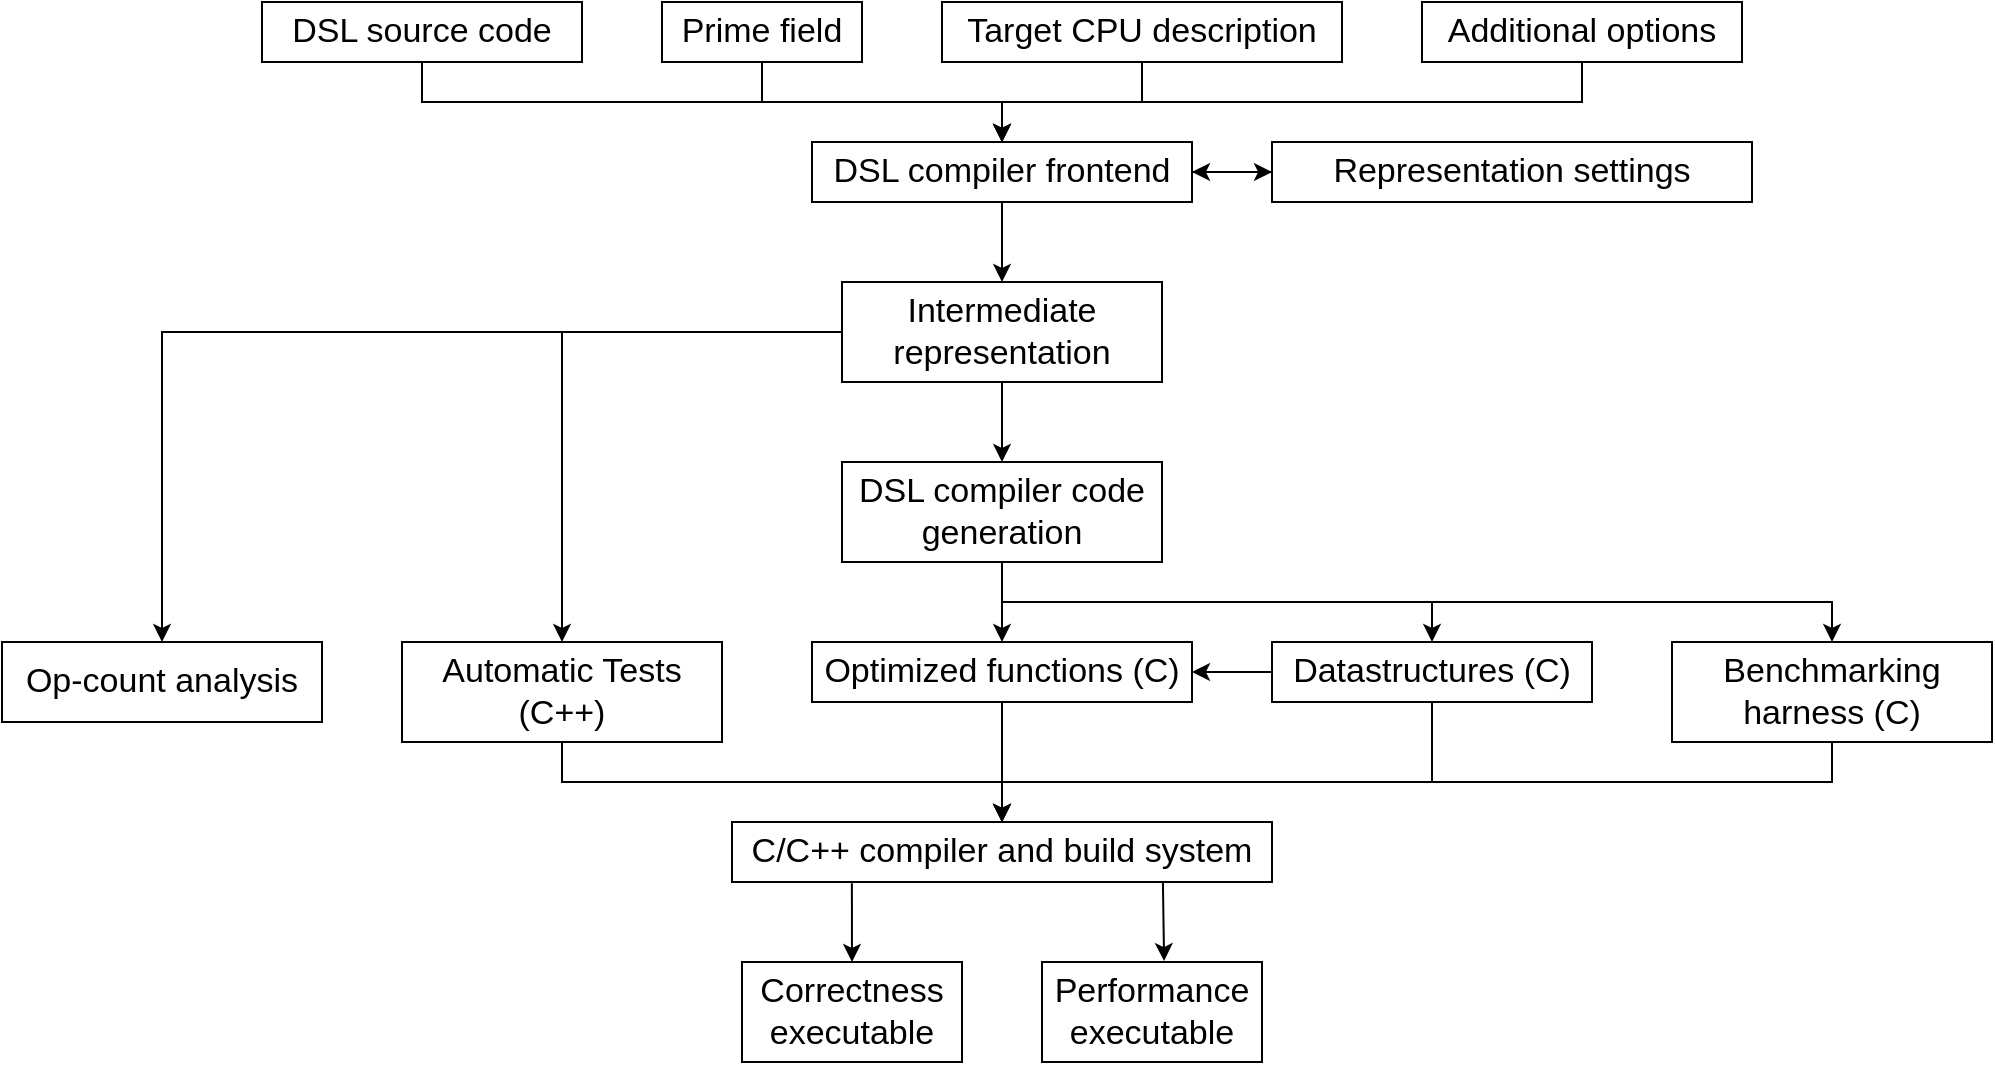
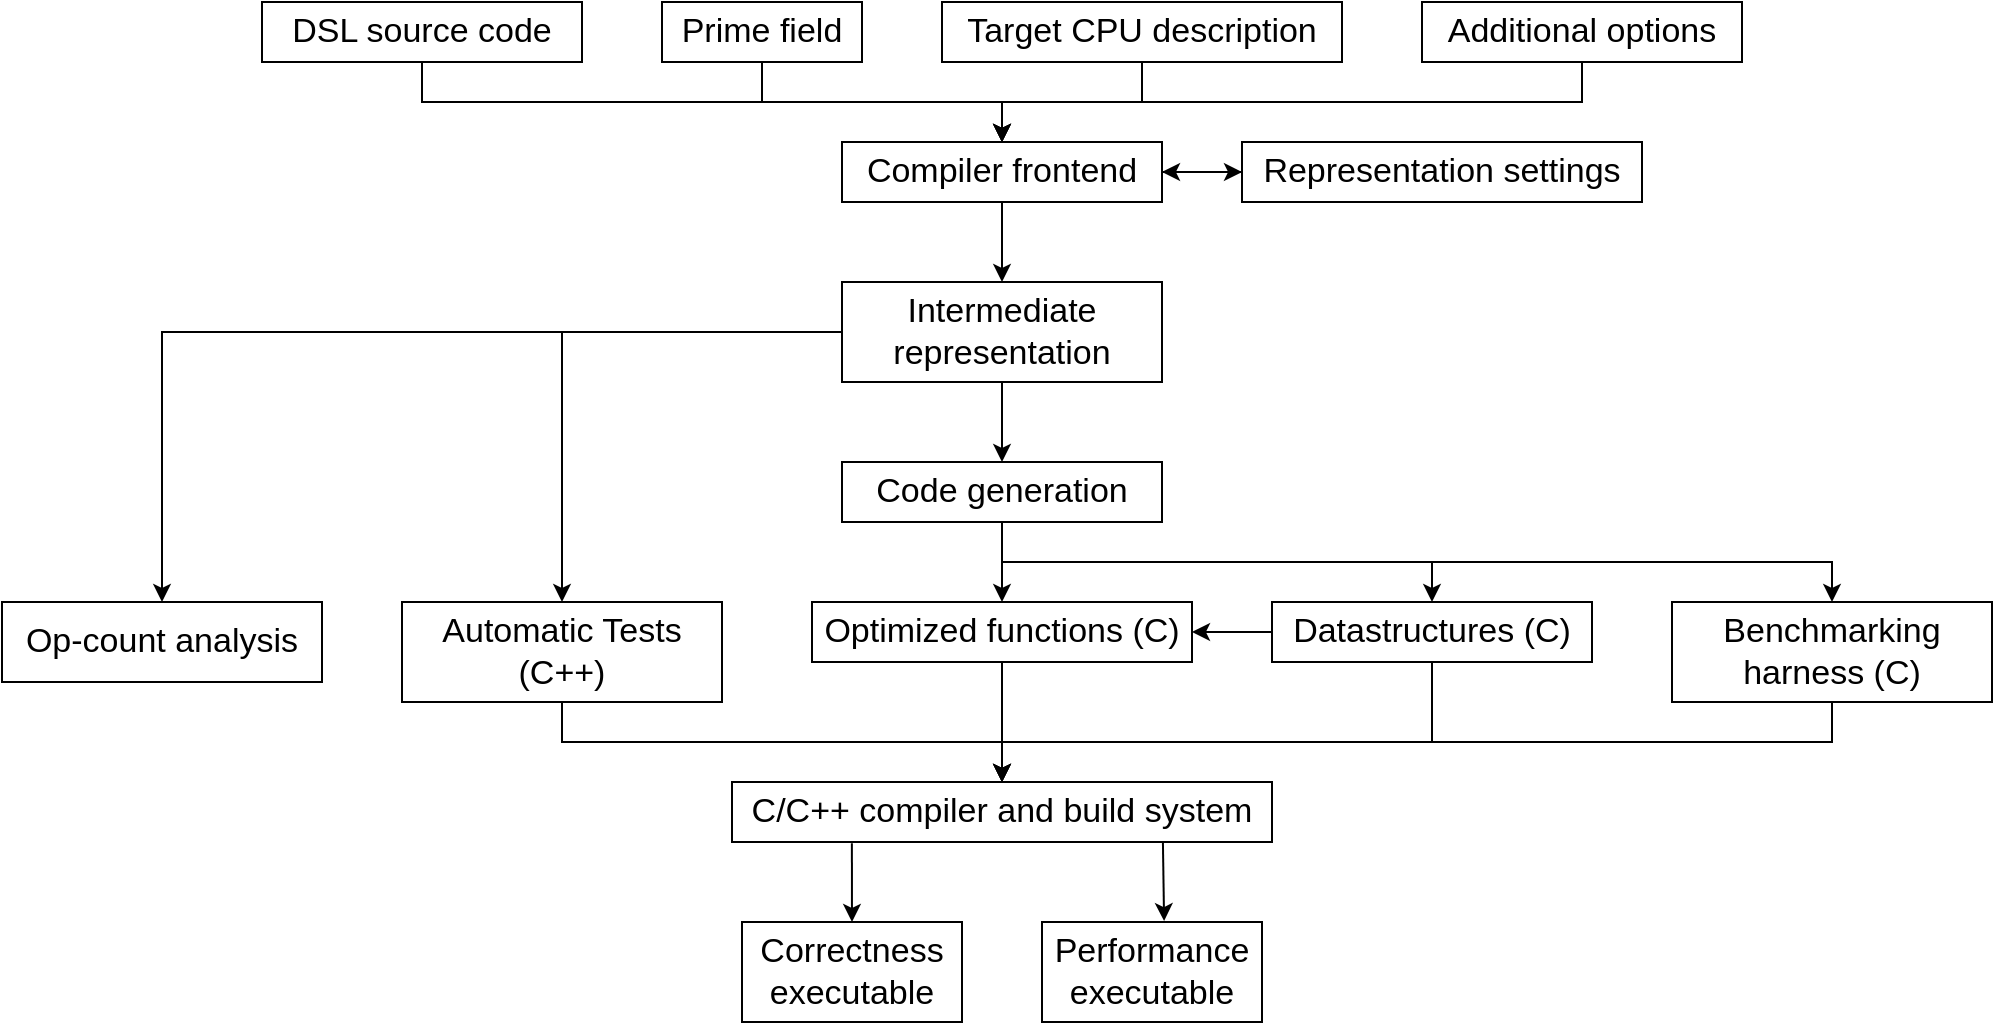
<mxfile host="Electron">
  <diagram name="Seite-1" id="wPHEx5Kxw4LulSG3Fj3D">
-     <mxGraphModel dx="930" dy="334" grid="1" gridSize="10" guides="1" tooltips="1" connect="1" arrows="1" fold="1" page="0" pageScale="1" pageWidth="827" pageHeight="1169" math="0" shadow="0">
+     <mxGraphModel dx="1724" dy="834" grid="1" gridSize="10" guides="1" tooltips="1" connect="1" arrows="1" fold="1" page="0" pageScale="1" pageWidth="827" pageHeight="1169" math="0" shadow="0">
      <root>
        <mxCell id="0" />
        <mxCell id="1" parent="0" />
        <mxCell id="RNrYUZKVM7orRaqIFUZb-21" edge="1" parent="1" source="RNrYUZKVM7orRaqIFUZb-1" style="edgeStyle=orthogonalEdgeStyle;rounded=0;orthogonalLoop=1;jettySize=auto;html=1;exitX=0.5;exitY=1;exitDx=0;exitDy=0;entryX=0.5;entryY=0;entryDx=0;entryDy=0;" target="RNrYUZKVM7orRaqIFUZb-5">
          <mxGeometry relative="1" as="geometry">
            <mxPoint x="400" y="280" as="targetPoint" />
          </mxGeometry>
        </mxCell>
        <mxCell id="RNrYUZKVM7orRaqIFUZb-1" parent="1" style="text;html=1;whiteSpace=wrap;strokeColor=default;fillColor=none;align=center;verticalAlign=middle;rounded=0;fontFamily=Helvetica;fontSize=17;" value="DSL source code" vertex="1">
          <mxGeometry height="30" width="160" x="30" y="200" as="geometry" />
        </mxCell>
        <mxCell id="RNrYUZKVM7orRaqIFUZb-17" edge="1" parent="1" source="RNrYUZKVM7orRaqIFUZb-2" style="edgeStyle=orthogonalEdgeStyle;rounded=0;orthogonalLoop=1;jettySize=auto;html=1;exitX=0;exitY=0.5;exitDx=0;exitDy=0;entryX=1;entryY=0.5;entryDx=0;entryDy=0;" target="RNrYUZKVM7orRaqIFUZb-5">
          <mxGeometry relative="1" as="geometry" />
        </mxCell>
        <mxCell id="RNrYUZKVM7orRaqIFUZb-2" parent="1" style="text;html=1;whiteSpace=wrap;strokeColor=default;fillColor=none;align=center;verticalAlign=middle;rounded=0;fontFamily=Helvetica;fontSize=17;" value="Representation s&lt;span style=&quot;background-color: transparent; color: light-dark(rgb(0, 0, 0), rgb(255, 255, 255));&quot;&gt;ettings&lt;/span&gt;" vertex="1">
-           <mxGeometry height="30" width="240" x="535" y="270" as="geometry" />
+           <mxGeometry height="30" width="200" x="520" y="270" as="geometry" />
        </mxCell>
        <mxCell id="RNrYUZKVM7orRaqIFUZb-18" edge="1" parent="1" source="RNrYUZKVM7orRaqIFUZb-3" style="edgeStyle=orthogonalEdgeStyle;rounded=0;orthogonalLoop=1;jettySize=auto;html=1;exitX=0.5;exitY=1;exitDx=0;exitDy=0;" target="RNrYUZKVM7orRaqIFUZb-5">
          <mxGeometry relative="1" as="geometry" />
        </mxCell>
        <mxCell id="RNrYUZKVM7orRaqIFUZb-3" parent="1" style="text;html=1;whiteSpace=wrap;strokeColor=default;fillColor=none;align=center;verticalAlign=middle;rounded=0;fontFamily=Helvetica;fontSize=17;" value="Additional options" vertex="1">
          <mxGeometry height="30" width="160" x="610" y="200" as="geometry" />
        </mxCell>
        <mxCell id="RNrYUZKVM7orRaqIFUZb-19" edge="1" parent="1" source="RNrYUZKVM7orRaqIFUZb-4" style="edgeStyle=orthogonalEdgeStyle;rounded=0;orthogonalLoop=1;jettySize=auto;html=1;exitX=0.5;exitY=1;exitDx=0;exitDy=0;entryX=0.5;entryY=0;entryDx=0;entryDy=0;" target="RNrYUZKVM7orRaqIFUZb-5">
          <mxGeometry relative="1" as="geometry" />
        </mxCell>
        <mxCell id="RNrYUZKVM7orRaqIFUZb-4" parent="1" style="text;html=1;whiteSpace=wrap;strokeColor=default;fillColor=none;align=center;verticalAlign=middle;rounded=0;fontFamily=Helvetica;fontSize=17;" value="Target CPU description" vertex="1">
          <mxGeometry height="30" width="200" x="370" y="200" as="geometry" />
        </mxCell>
        <mxCell id="RNrYUZKVM7orRaqIFUZb-15" edge="1" parent="1" source="RNrYUZKVM7orRaqIFUZb-5" style="edgeStyle=orthogonalEdgeStyle;rounded=0;orthogonalLoop=1;jettySize=auto;html=1;" target="RNrYUZKVM7orRaqIFUZb-2" value="">
          <mxGeometry relative="1" as="geometry" />
        </mxCell>
        <mxCell id="RNrYUZKVM7orRaqIFUZb-22" edge="1" parent="1" source="RNrYUZKVM7orRaqIFUZb-5" style="edgeStyle=orthogonalEdgeStyle;rounded=0;orthogonalLoop=1;jettySize=auto;html=1;exitX=0.5;exitY=1;exitDx=0;exitDy=0;entryX=0.5;entryY=0;entryDx=0;entryDy=0;" target="RNrYUZKVM7orRaqIFUZb-6">
          <mxGeometry relative="1" as="geometry" />
        </mxCell>
-         <mxCell id="RNrYUZKVM7orRaqIFUZb-5" parent="1" style="text;html=1;whiteSpace=wrap;strokeColor=default;fillColor=none;align=center;verticalAlign=middle;rounded=0;fontFamily=Helvetica;fontSize=17;" value="DSL compiler frontend" vertex="1">
-           <mxGeometry height="30" width="190" x="305" y="270" as="geometry" />
+         <mxCell id="RNrYUZKVM7orRaqIFUZb-5" parent="1" style="text;html=1;whiteSpace=wrap;strokeColor=default;fillColor=none;align=center;verticalAlign=middle;rounded=0;fontFamily=Helvetica;fontSize=17;" value="Compiler frontend" vertex="1">
+           <mxGeometry height="30" width="160" x="320" y="270" as="geometry" />
        </mxCell>
        <mxCell id="RNrYUZKVM7orRaqIFUZb-23" edge="1" parent="1" source="RNrYUZKVM7orRaqIFUZb-6" style="edgeStyle=orthogonalEdgeStyle;rounded=0;orthogonalLoop=1;jettySize=auto;html=1;" target="RNrYUZKVM7orRaqIFUZb-12" value="">
          <mxGeometry relative="1" as="geometry" />
        </mxCell>
        <mxCell id="RNrYUZKVM7orRaqIFUZb-36" edge="1" parent="1" source="RNrYUZKVM7orRaqIFUZb-6" style="edgeStyle=orthogonalEdgeStyle;rounded=0;orthogonalLoop=1;jettySize=auto;html=1;exitX=0;exitY=0.5;exitDx=0;exitDy=0;entryX=0.5;entryY=0;entryDx=0;entryDy=0;" target="RNrYUZKVM7orRaqIFUZb-26">
          <mxGeometry relative="1" as="geometry" />
        </mxCell>
        <mxCell id="RNrYUZKVM7orRaqIFUZb-37" edge="1" parent="1" source="RNrYUZKVM7orRaqIFUZb-6" style="edgeStyle=orthogonalEdgeStyle;rounded=0;orthogonalLoop=1;jettySize=auto;html=1;exitX=0;exitY=0.5;exitDx=0;exitDy=0;entryX=0.5;entryY=0;entryDx=0;entryDy=0;" target="RNrYUZKVM7orRaqIFUZb-28">
          <mxGeometry relative="1" as="geometry" />
        </mxCell>
        <mxCell id="RNrYUZKVM7orRaqIFUZb-6" parent="1" style="text;html=1;whiteSpace=wrap;strokeColor=default;fillColor=none;align=center;verticalAlign=middle;rounded=0;fontFamily=Helvetica;fontSize=17;" value="Intermediate&lt;div&gt;representation&lt;/div&gt;" vertex="1">
          <mxGeometry height="50" width="160" x="320" y="340" as="geometry" />
        </mxCell>
        <mxCell id="RNrYUZKVM7orRaqIFUZb-29" edge="1" parent="1" source="RNrYUZKVM7orRaqIFUZb-12" style="edgeStyle=orthogonalEdgeStyle;rounded=0;orthogonalLoop=1;jettySize=auto;html=1;" target="RNrYUZKVM7orRaqIFUZb-25" value="">
          <mxGeometry relative="1" as="geometry" />
        </mxCell>
        <mxCell id="RNrYUZKVM7orRaqIFUZb-32" edge="1" parent="1" source="RNrYUZKVM7orRaqIFUZb-12" style="edgeStyle=orthogonalEdgeStyle;rounded=0;orthogonalLoop=1;jettySize=auto;html=1;exitX=0.5;exitY=1;exitDx=0;exitDy=0;entryX=0.5;entryY=0;entryDx=0;entryDy=0;" target="RNrYUZKVM7orRaqIFUZb-24">
          <mxGeometry relative="1" as="geometry" />
        </mxCell>
        <mxCell id="RNrYUZKVM7orRaqIFUZb-33" edge="1" parent="1" source="RNrYUZKVM7orRaqIFUZb-12" style="edgeStyle=orthogonalEdgeStyle;rounded=0;orthogonalLoop=1;jettySize=auto;html=1;exitX=0.5;exitY=1;exitDx=0;exitDy=0;entryX=0.5;entryY=0;entryDx=0;entryDy=0;" target="RNrYUZKVM7orRaqIFUZb-27">
          <mxGeometry relative="1" as="geometry" />
        </mxCell>
-         <mxCell id="RNrYUZKVM7orRaqIFUZb-12" parent="1" style="text;html=1;whiteSpace=wrap;strokeColor=default;fillColor=none;align=center;verticalAlign=middle;rounded=0;fontFamily=Helvetica;fontSize=17;" value="DSL compiler code generation" vertex="1">
-           <mxGeometry height="50" width="160" x="320" y="430" as="geometry" />
+         <mxCell id="RNrYUZKVM7orRaqIFUZb-12" parent="1" style="text;html=1;whiteSpace=wrap;strokeColor=default;fillColor=none;align=center;verticalAlign=middle;rounded=0;fontFamily=Helvetica;fontSize=17;" value="Code generation" vertex="1">
+           <mxGeometry height="30" width="160" x="320" y="430" as="geometry" />
        </mxCell>
        <mxCell id="RNrYUZKVM7orRaqIFUZb-44" edge="1" parent="1" source="RNrYUZKVM7orRaqIFUZb-24" style="edgeStyle=orthogonalEdgeStyle;rounded=0;orthogonalLoop=1;jettySize=auto;html=1;exitX=0;exitY=0.5;exitDx=0;exitDy=0;entryX=1;entryY=0.5;entryDx=0;entryDy=0;" target="RNrYUZKVM7orRaqIFUZb-25">
          <mxGeometry relative="1" as="geometry" />
        </mxCell>
        <mxCell id="RNrYUZKVM7orRaqIFUZb-49" edge="1" parent="1" source="RNrYUZKVM7orRaqIFUZb-24" style="edgeStyle=orthogonalEdgeStyle;rounded=0;orthogonalLoop=1;jettySize=auto;html=1;exitX=0.5;exitY=1;exitDx=0;exitDy=0;entryX=0.5;entryY=0;entryDx=0;entryDy=0;" target="RNrYUZKVM7orRaqIFUZb-45">
          <mxGeometry relative="1" as="geometry">
            <Array as="points">
-               <mxPoint x="615" y="590" />
-               <mxPoint x="400" y="590" />
+               <mxPoint x="615" y="570" />
+               <mxPoint x="400" y="570" />
            </Array>
          </mxGeometry>
        </mxCell>
        <mxCell id="RNrYUZKVM7orRaqIFUZb-24" parent="1" style="text;html=1;whiteSpace=wrap;strokeColor=default;fillColor=none;align=center;verticalAlign=middle;rounded=0;fontFamily=Helvetica;fontSize=17;" value="Datastructures (C)" vertex="1">
-           <mxGeometry height="30" width="160" x="535" y="520" as="geometry" />
+           <mxGeometry height="30" width="160" x="535" y="500" as="geometry" />
        </mxCell>
        <mxCell id="RNrYUZKVM7orRaqIFUZb-46" edge="1" parent="1" source="RNrYUZKVM7orRaqIFUZb-25" style="edgeStyle=orthogonalEdgeStyle;rounded=0;orthogonalLoop=1;jettySize=auto;html=1;" target="RNrYUZKVM7orRaqIFUZb-45" value="">
          <mxGeometry relative="1" as="geometry" />
        </mxCell>
        <mxCell id="RNrYUZKVM7orRaqIFUZb-25" parent="1" style="text;html=1;whiteSpace=wrap;strokeColor=default;fillColor=none;align=center;verticalAlign=middle;rounded=0;fontFamily=Helvetica;fontSize=17;" value="Optimized functions (C)" vertex="1">
-           <mxGeometry height="30" width="190" x="305" y="520" as="geometry" />
+           <mxGeometry height="30" width="190" x="305" y="500" as="geometry" />
        </mxCell>
        <mxCell id="RNrYUZKVM7orRaqIFUZb-48" edge="1" parent="1" source="RNrYUZKVM7orRaqIFUZb-26" style="edgeStyle=orthogonalEdgeStyle;rounded=0;orthogonalLoop=1;jettySize=auto;html=1;exitX=0.5;exitY=1;exitDx=0;exitDy=0;entryX=0.5;entryY=0;entryDx=0;entryDy=0;" target="RNrYUZKVM7orRaqIFUZb-45">
          <mxGeometry relative="1" as="geometry" />
        </mxCell>
        <mxCell id="RNrYUZKVM7orRaqIFUZb-26" parent="1" style="text;html=1;whiteSpace=wrap;strokeColor=default;fillColor=none;align=center;verticalAlign=middle;rounded=0;fontFamily=Helvetica;fontSize=17;" value="Automatic Tests (C++)" vertex="1">
-           <mxGeometry height="50" width="160" x="100" y="520" as="geometry" />
+           <mxGeometry height="50" width="160" x="100" y="500" as="geometry" />
        </mxCell>
        <mxCell id="RNrYUZKVM7orRaqIFUZb-47" edge="1" parent="1" source="RNrYUZKVM7orRaqIFUZb-27" style="edgeStyle=orthogonalEdgeStyle;rounded=0;orthogonalLoop=1;jettySize=auto;html=1;exitX=0.5;exitY=1;exitDx=0;exitDy=0;entryX=0.5;entryY=0;entryDx=0;entryDy=0;" target="RNrYUZKVM7orRaqIFUZb-45">
          <mxGeometry relative="1" as="geometry" />
        </mxCell>
        <mxCell id="RNrYUZKVM7orRaqIFUZb-27" parent="1" style="text;html=1;whiteSpace=wrap;strokeColor=default;fillColor=none;align=center;verticalAlign=middle;rounded=0;fontFamily=Helvetica;fontSize=17;" value="Benchmarking harness (C)" vertex="1">
-           <mxGeometry height="50" width="160" x="735" y="520" as="geometry" />
+           <mxGeometry height="50" width="160" x="735" y="500" as="geometry" />
        </mxCell>
        <mxCell id="RNrYUZKVM7orRaqIFUZb-28" parent="1" style="text;html=1;whiteSpace=wrap;strokeColor=default;fillColor=none;align=center;verticalAlign=middle;rounded=0;fontFamily=Helvetica;fontSize=17;" value="Op-count analysis" vertex="1">
-           <mxGeometry height="40" width="160" x="-100" y="520" as="geometry" />
+           <mxGeometry height="40" width="160" x="-100" y="500" as="geometry" />
        </mxCell>
        <mxCell id="RNrYUZKVM7orRaqIFUZb-34" parent="1" style="text;html=1;whiteSpace=wrap;strokeColor=default;fillColor=none;align=center;verticalAlign=middle;rounded=0;fontFamily=Helvetica;fontSize=17;" value="Performance executable" vertex="1">
-           <mxGeometry height="50" width="110" x="420" y="680" as="geometry" />
+           <mxGeometry height="50" width="110" x="420" y="660" as="geometry" />
        </mxCell>
        <mxCell id="RNrYUZKVM7orRaqIFUZb-35" parent="1" style="text;html=1;whiteSpace=wrap;strokeColor=default;fillColor=none;align=center;verticalAlign=middle;rounded=0;fontFamily=Helvetica;fontSize=17;" value="Correctness executable" vertex="1">
-           <mxGeometry height="50" width="110" x="270" y="680" as="geometry" />
+           <mxGeometry height="50" width="110" x="270" y="660" as="geometry" />
        </mxCell>
        <mxCell id="RNrYUZKVM7orRaqIFUZb-50" edge="1" parent="1" source="RNrYUZKVM7orRaqIFUZb-45" style="edgeStyle=orthogonalEdgeStyle;rounded=0;orthogonalLoop=1;jettySize=auto;html=1;exitX=0.222;exitY=1.021;exitDx=0;exitDy=0;entryX=0.5;entryY=0;entryDx=0;entryDy=0;exitPerimeter=0;" target="RNrYUZKVM7orRaqIFUZb-35">
          <mxGeometry relative="1" as="geometry" />
        </mxCell>
        <mxCell id="RNrYUZKVM7orRaqIFUZb-45" parent="1" style="text;html=1;whiteSpace=wrap;strokeColor=default;fillColor=none;align=center;verticalAlign=middle;rounded=0;fontFamily=Helvetica;fontSize=17;" value="C/C++ compiler and build system" vertex="1">
-           <mxGeometry height="30" width="270" x="265" y="610" as="geometry" />
+           <mxGeometry height="30" width="270" x="265" y="590" as="geometry" />
        </mxCell>
        <mxCell id="RNrYUZKVM7orRaqIFUZb-51" edge="1" parent="1" source="RNrYUZKVM7orRaqIFUZb-45" style="edgeStyle=orthogonalEdgeStyle;rounded=0;orthogonalLoop=1;jettySize=auto;html=1;exitX=0.798;exitY=1.003;exitDx=0;exitDy=0;entryX=0.555;entryY=-0.009;entryDx=0;entryDy=0;entryPerimeter=0;exitPerimeter=0;" target="RNrYUZKVM7orRaqIFUZb-34">
          <mxGeometry relative="1" as="geometry" />
        </mxCell>
        <mxCell id="NpAiXPpeXHproAsi3TWo-2" edge="1" parent="1" source="NpAiXPpeXHproAsi3TWo-1" style="edgeStyle=orthogonalEdgeStyle;rounded=0;orthogonalLoop=1;jettySize=auto;html=1;exitX=0.5;exitY=1;exitDx=0;exitDy=0;entryX=0.5;entryY=0;entryDx=0;entryDy=0;" target="RNrYUZKVM7orRaqIFUZb-5">
          <mxGeometry relative="1" as="geometry" />
        </mxCell>
        <mxCell id="NpAiXPpeXHproAsi3TWo-1" parent="1" style="text;html=1;whiteSpace=wrap;strokeColor=default;fillColor=none;align=center;verticalAlign=middle;rounded=0;fontFamily=Helvetica;fontSize=17;" value="Prime field" vertex="1">
          <mxGeometry height="30" width="100" x="230" y="200" as="geometry" />
        </mxCell>
      </root>
    </mxGraphModel>
  </diagram>
</mxfile>
